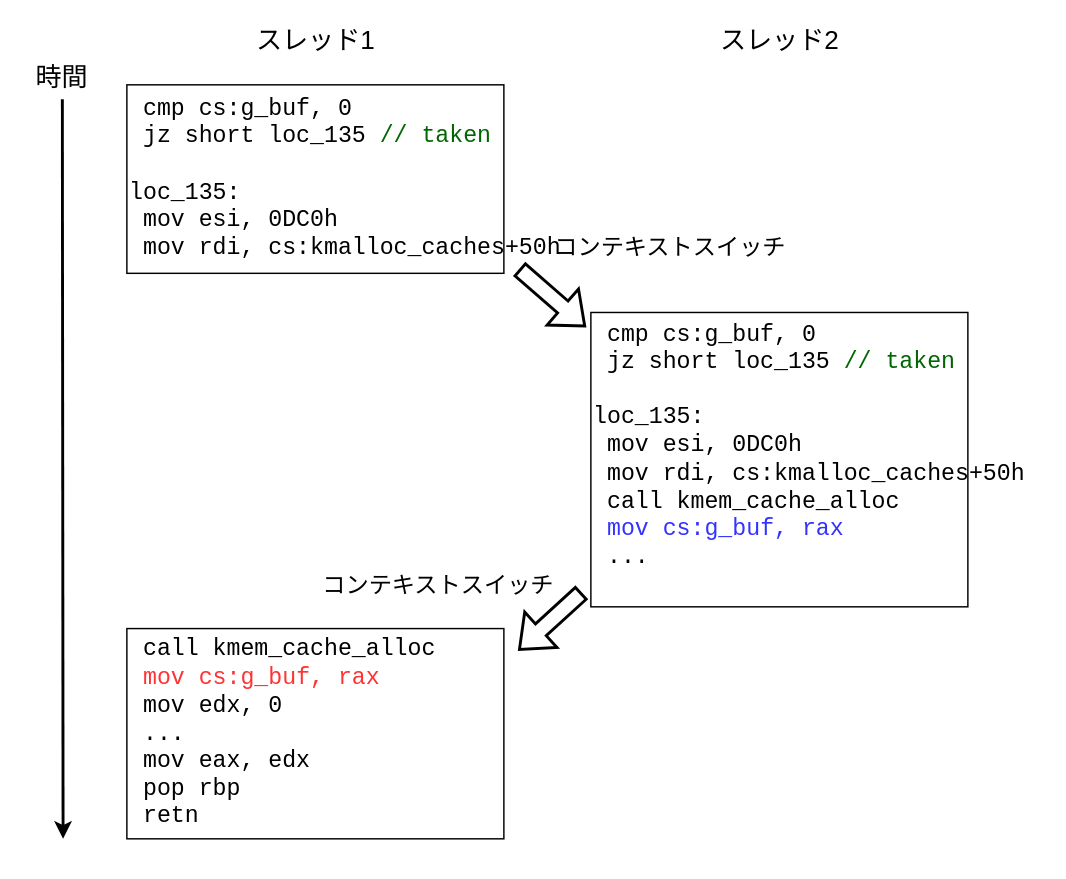
Above: website/source/linux-kernel/LK01/img/race2.drawio in ptr-yudai/pawnyable (draw.io), before the change. Source tidied: cells renumbered, new cells numbered last; positions are measured from the earlier drawing's top-left corner, leaving out a move shared by most shapes. Both pictures are drawn from the tidied source at 145%, with x=0, y=0 at pixel (25, 26).
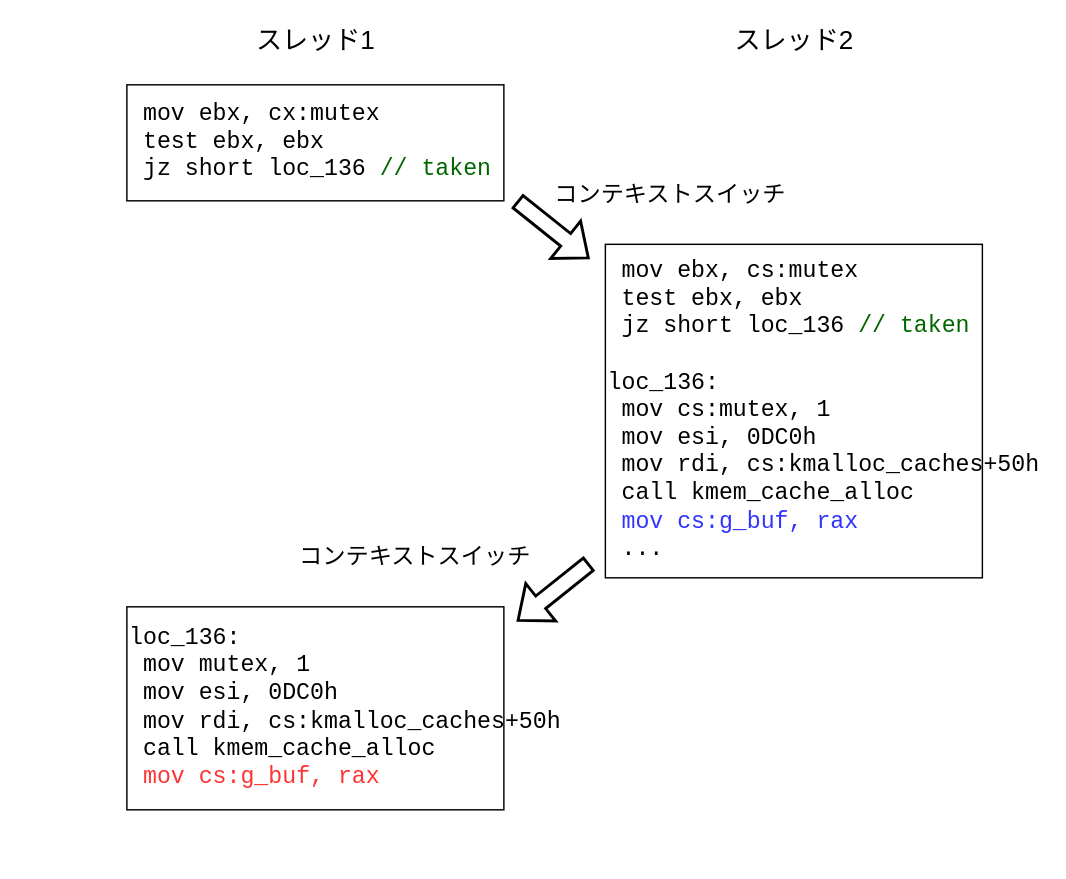
The same page after the edit.

Commit message (it also covers changes not shown here):
Race Conditionを追加

Diff of the diagram source:
```diff
@@
 <mxGraphModel>
   <root>
     <mxCell id="0" />
     <mxCell id="1" parent="0" />
     <mxCell id="2" value="&lt;font style=&quot;font-size: 18px&quot;&gt;スレッド1&lt;/font&gt;" style="text;html=1;align=center;verticalAlign=middle;strokeColor=none;fillColor=none;" parent="1" vertex="1">
       <mxGeometry x="150" width="100" height="20" as="geometry" />
     </mxCell>
     <mxCell id="3" value="&lt;font style=&quot;font-size: 18px&quot;&gt;スレッド2&lt;/font&gt;" style="text;html=1;align=center;verticalAlign=middle;strokeColor=none;fillColor=none;" parent="1" vertex="1">
-      <mxGeometry x="470" width="100" height="20" as="geometry" />
+      <mxGeometry x="480" width="100" height="20" as="geometry" />
     </mxCell>
-    <mxCell id="4" style="endArrow=classic;html=1;rounded=0;fontSize=18;strokeWidth=2;" parent="1" edge="1">
-      <mxGeometry relative="1" as="geometry">
-        <mxPoint x="25.5" y="50" as="sourcePoint" />
-        <mxPoint x="26" y="560" as="targetPoint" />
-      </mxGeometry>
-    </mxCell>
-    <mxCell id="5" value="時間" style="text;html=1;align=center;verticalAlign=middle;strokeColor=none;fillColor=none;fontSize=18;" parent="1" vertex="1">
-      <mxGeometry y="20" width="50" height="30" as="geometry" />
-    </mxCell>
-    <mxCell id="6" value="&lt;div style=&quot;font-size: 16px&quot; align=&quot;left&quot;&gt;&lt;pre&gt;&lt;font style=&quot;font-size: 16px&quot;&gt; cmp cs:g_buf, 0&lt;br&gt; jz &lt;/font&gt;&lt;font style=&quot;font-size: 16px&quot;&gt;short loc_135 &lt;font color=&quot;#006600&quot;&gt;// taken&lt;/font&gt;&lt;br&gt;&lt;br&gt;loc_135:&lt;br&gt; mov esi, 0DC0h&lt;br&gt; mov rdi, cs:kmalloc_caches+50h&lt;br&gt;&lt;/font&gt;&lt;/pre&gt;&lt;/div&gt;" style="rounded=0;whiteSpace=wrap;html=1;fontSize=18;align=left;" parent="1" vertex="1">
-      <mxGeometry x="70" y="40" width="260" height="130" as="geometry" />
-    </mxCell>
-    <mxCell id="7" value="&lt;div style=&quot;font-size: 16px&quot; align=&quot;left&quot;&gt;&lt;pre&gt;&lt;font style=&quot;font-size: 16px&quot;&gt; cmp cs:g_buf, 0&lt;br&gt; jz &lt;/font&gt;&lt;font style=&quot;font-size: 16px&quot;&gt;short loc_135 &lt;font color=&quot;#006600&quot;&gt;// taken&lt;/font&gt;&lt;br&gt;&lt;br&gt;loc_135:&lt;br&gt; mov esi, 0DC0h&lt;br&gt; mov rdi, cs:kmalloc_caches+50h&lt;br&gt; call kmem_cache_alloc&lt;br&gt; &lt;font color=&quot;#3333FF&quot;&gt;mov cs:g_buf, rax&lt;/font&gt;&lt;br&gt; ...&lt;br&gt;&lt;br&gt;&lt;/font&gt;&lt;/pre&gt;&lt;/div&gt;" style="rounded=0;whiteSpace=wrap;html=1;fontSize=18;align=left;" parent="1" vertex="1">
-      <mxGeometry x="390" y="197" width="260" height="203" as="geometry" />
-    </mxCell>
-    <mxCell id="8" style="shape=flexArrow;endArrow=classic;html=1;rounded=0;fontSize=16;fontColor=#3333FF;strokeWidth=2;curved=1;" parent="1" edge="1">
-      <mxGeometry relative="1" as="geometry">
-        <mxPoint x="340.5" y="167" as="sourcePoint" />
-        <mxPoint x="386.5" y="207" as="targetPoint" />
-      </mxGeometry>
-    </mxCell>
-    <mxCell id="9" value="コンテキストスイッチ" style="text;html=1;strokeColor=none;fillColor=none;align=center;verticalAlign=middle;whiteSpace=wrap;rounded=0;fontSize=16;fontColor=#000000;" parent="1" vertex="1">
-      <mxGeometry x="350" y="137" width="190" height="30" as="geometry" />
-    </mxCell>
-    <mxCell id="10" style="shape=flexArrow;endArrow=classic;html=1;rounded=0;fontSize=16;fontColor=#3333FF;strokeWidth=2;curved=1;" parent="1" edge="1">
-      <mxGeometry relative="1" as="geometry">
-        <mxPoint x="383.8" y="390" as="sourcePoint" />
-        <mxPoint x="340" y="430" as="targetPoint" />
-      </mxGeometry>
-    </mxCell>
-    <mxCell id="11" value="&lt;pre style=&quot;font-size: 16px&quot;&gt;&amp;nbsp;call kmem_cache_alloc&lt;br&gt; &lt;font color=&quot;#FF3333&quot;&gt;mov cs:g_buf, rax&lt;/font&gt;&lt;br&gt; mov edx, 0&lt;br&gt; ...&lt;br&gt; mov eax, edx&lt;br&gt; pop rbp&lt;br&gt; retn&lt;br&gt;&lt;/pre&gt;" style="rounded=0;whiteSpace=wrap;html=1;fontSize=18;align=left;" parent="1" vertex="1">
-      <mxGeometry x="70" y="415" width="260" height="145" as="geometry" />
-    </mxCell>
-    <mxCell id="12" value="コンテキストスイッチ" style="text;html=1;strokeColor=none;fillColor=none;align=center;verticalAlign=middle;whiteSpace=wrap;rounded=0;fontSize=16;fontColor=#000000;" parent="1" vertex="1">
-      <mxGeometry x="190" y="370" width="190" height="30" as="geometry" />
-    </mxCell>
+    <mxCell id="13" value="&lt;div style=&quot;font-size: 16px&quot; align=&quot;left&quot;&gt;&lt;pre&gt;&lt;font style=&quot;font-size: 16px&quot;&gt; mov ebx, cx:mutex&lt;br&gt; test ebx, ebx&lt;br&gt; jz &lt;/font&gt;&lt;font style=&quot;font-size: 16px&quot;&gt;short loc_136 &lt;font color=&quot;#006600&quot;&gt;// taken&lt;/font&gt;&lt;br&gt;&lt;/font&gt;&lt;/pre&gt;&lt;/div&gt;" style="rounded=0;whiteSpace=wrap;html=1;fontSize=18;align=left;" parent="1" vertex="1">
+      <mxGeometry x="70" y="40" width="260" height="80" as="geometry" />
+    </mxCell>
+    <mxCell id="14" value="&lt;div style=&quot;font-size: 16px&quot; align=&quot;left&quot;&gt;&lt;pre&gt;&lt;font style=&quot;font-size: 16px&quot;&gt; mov ebx, cs:mutex&lt;br&gt; test ebx, ebx&lt;br&gt; jz &lt;/font&gt;&lt;font style=&quot;font-size: 16px&quot;&gt;short loc_136&lt;font color=&quot;#006600&quot;&gt; // taken&lt;/font&gt;&lt;br&gt;&lt;br&gt;loc_136:&lt;br&gt; mov cs:mutex, 1&lt;br&gt; mov esi, 0DC0h&lt;br&gt; mov rdi, cs:kmalloc_caches+50h&lt;br&gt; call kmem_cache_alloc&lt;br&gt;&lt;font color=&quot;#3333FF&quot;&gt; mov cs:g_buf, rax&lt;/font&gt;&lt;br&gt; ...&lt;br&gt;&lt;/font&gt;&lt;/pre&gt;&lt;/div&gt;" style="rounded=0;whiteSpace=wrap;html=1;fontSize=18;align=left;" parent="1" vertex="1">
+      <mxGeometry x="400" y="150" width="260" height="230" as="geometry" />
+    </mxCell>
+    <mxCell id="15" value="コンテキストスイッチ" style="text;html=1;strokeColor=none;fillColor=none;align=center;verticalAlign=middle;whiteSpace=wrap;rounded=0;fontSize=16;fontColor=#000000;" parent="1" vertex="1">
+      <mxGeometry x="350" y="100" width="190" height="30" as="geometry" />
+    </mxCell>
+    <mxCell id="16" style="shape=flexArrow;endArrow=classic;html=1;rounded=0;fontSize=16;fontColor=#000000;strokeWidth=2;curved=1;" parent="1" edge="1">
+      <mxGeometry relative="1" as="geometry">
+        <mxPoint x="339" y="120" as="sourcePoint" />
+        <mxPoint x="389" y="160" as="targetPoint" />
+      </mxGeometry>
+    </mxCell>
+    <mxCell id="17" value="&lt;div style=&quot;font-size: 16px&quot; align=&quot;left&quot;&gt;&lt;pre&gt;&lt;font style=&quot;font-size: 16px&quot;&gt;loc_136:&lt;br&gt;&lt;font color=&quot;#FF3333&quot;&gt; &lt;font color=&quot;#000000&quot;&gt;mov mutex, 1&lt;/font&gt;&lt;/font&gt;&lt;br&gt; mov esi, 0DC0h&lt;br&gt; mov rdi, cs:kmalloc_caches+50h&lt;br&gt; call kmem_cache_alloc&lt;br&gt; &lt;font color=&quot;#FF3333&quot;&gt;mov cs:g_buf, rax&lt;/font&gt;&lt;br&gt;&lt;/font&gt;&lt;/pre&gt;&lt;/div&gt;" style="rounded=0;whiteSpace=wrap;html=1;fontSize=18;align=left;" parent="1" vertex="1">
+      <mxGeometry x="70" y="400" width="260" height="140" as="geometry" />
+    </mxCell>
+    <mxCell id="18" style="edgeStyle=orthogonalEdgeStyle;rounded=0;orthogonalLoop=1;jettySize=auto;html=1;exitX=0.5;exitY=1;exitDx=0;exitDy=0;fontSize=16;fontColor=#FF3333;" parent="1" edge="1" source="13" target="13">
+      <mxGeometry relative="1" as="geometry" />
+    </mxCell>
+    <mxCell id="19" style="shape=flexArrow;endArrow=classic;html=1;rounded=0;fontSize=16;fontColor=#000000;strokeWidth=2;curved=1;" parent="1" edge="1">
+      <mxGeometry relative="1" as="geometry">
+        <mxPoint x="389" y="370" as="sourcePoint" />
+        <mxPoint x="339" y="410" as="targetPoint" />
+      </mxGeometry>
+    </mxCell>
+    <mxCell id="20" value="コンテキストスイッチ" style="text;html=1;strokeColor=none;fillColor=none;align=center;verticalAlign=middle;whiteSpace=wrap;rounded=0;fontSize=16;fontColor=#000000;" parent="1" vertex="1">
+      <mxGeometry x="174" y="350" width="190" height="30" as="geometry" />
+    </mxCell>
   </root>
 </mxGraphModel>
```
